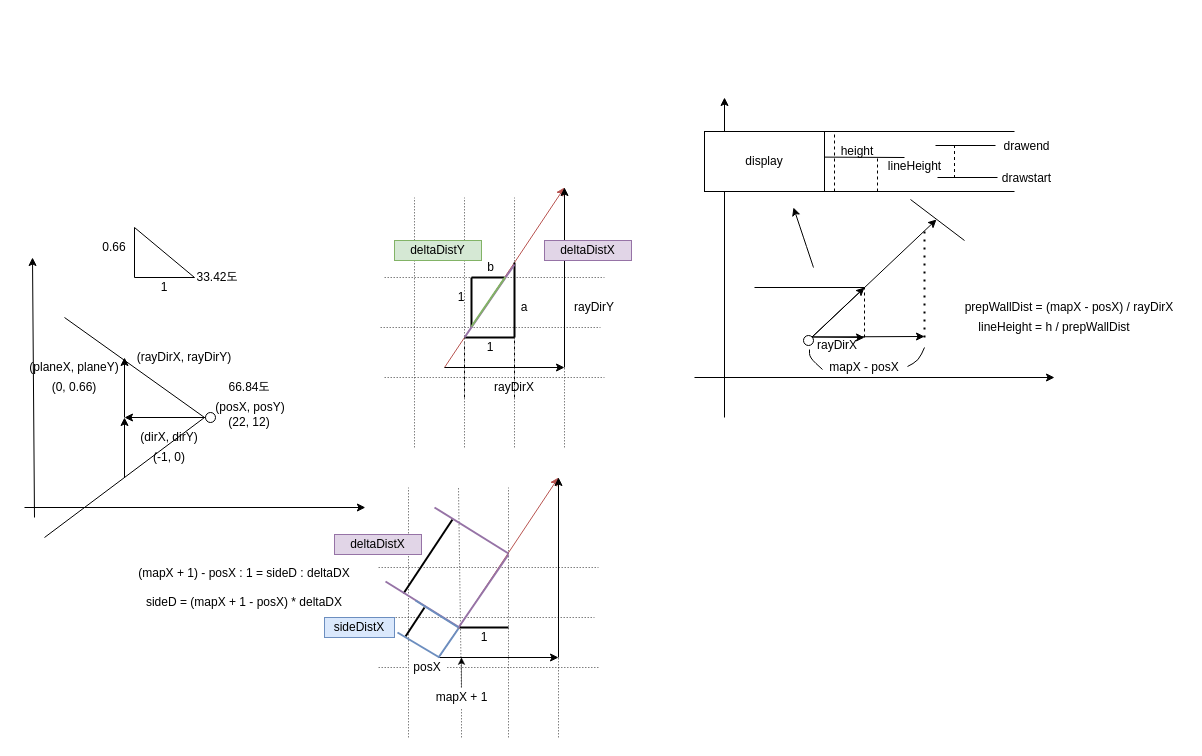
This is Untitled.drawio from Lee-seungju/drawfile, a draw.io file, before an edit. Source tidied: cells renumbered, new cells numbered last; positions are measured from the earlier drawing's top-left corner, leaving out a move shared by most shapes. Both pictures are drawn from the tidied source at 100%, with x=0, y=0 at pixel (24, 97).
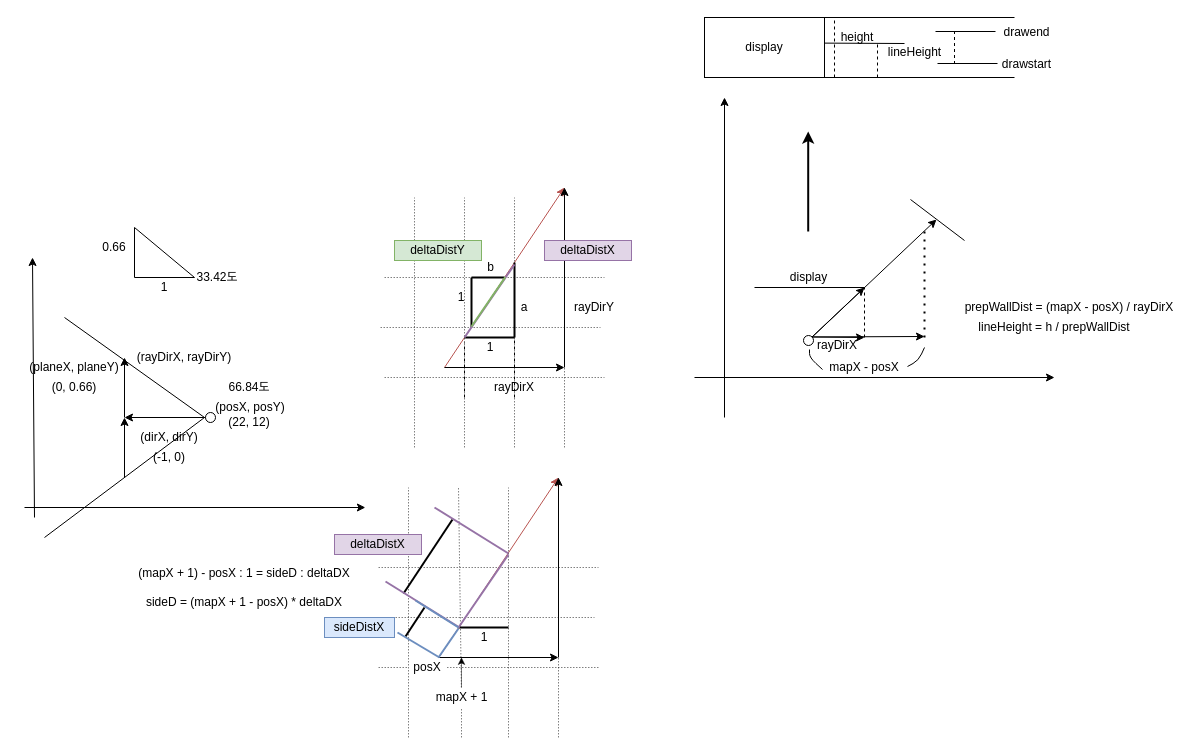
The same diagram, later.

Diff of the diagram source:
```diff
@@
-    <mxCell id="93" style="curved=1;endArrow=classic;html=1;strokeWidth=1;" parent="1" edge="1">
-      <mxGeometry relative="1" as="geometry">
-        <mxPoint x="789" y="170" as="sourcePoint" />
-        <mxPoint x="769" y="110" as="targetPoint" />
-      </mxGeometry>
-    </mxCell>
     <mxCell id="94" value="display" style="rounded=0;whiteSpace=wrap;html=1;" parent="1" vertex="1">
-      <mxGeometry x="680" y="34" width="120" height="60" as="geometry" />
+      <mxGeometry x="680" y="-80" width="120" height="60" as="geometry" />
     </mxCell>
     <mxCell id="95" style="endArrow=none;dashed=1;html=1;strokeWidth=1;" parent="1" edge="1">
       <mxGeometry relative="1" as="geometry">
-        <mxPoint x="853" y="94" as="sourcePoint" />
-        <mxPoint x="853" y="61" as="targetPoint" />
+        <mxPoint x="853" y="-20" as="sourcePoint" />
+        <mxPoint x="853" y="-53" as="targetPoint" />
       </mxGeometry>
     </mxCell>
@@
     <mxCell id="97" style="endArrow=none;html=1;strokeWidth=1;exitX=1.003;exitY=0.427;exitDx=0;exitDy=0;exitPerimeter=0;" parent="1" edge="1" source="94">
       <mxGeometry relative="1" as="geometry">
-        <mxPoint x="880" y="60" as="targetPoint" />
+        <mxPoint x="880" y="-54" as="targetPoint" />
       </mxGeometry>
     </mxCell>
     <mxCell id="98" style="endArrow=none;html=1;strokeWidth=1;exitX=0.062;exitY=0.994;exitDx=0;exitDy=0;exitPerimeter=0;" parent="1" edge="1">
       <mxGeometry relative="1" as="geometry">
-        <mxPoint x="800" y="94" as="sourcePoint" />
-        <mxPoint x="990" y="94" as="targetPoint" />
+        <mxPoint x="800" y="-20" as="sourcePoint" />
+        <mxPoint x="990" y="-20" as="targetPoint" />
       </mxGeometry>
     </mxCell>
     <mxCell id="99" value="height" style="text;html=1;strokeColor=none;fillColor=none;align=center;verticalAlign=middle;whiteSpace=wrap;rounded=0;" parent="1" vertex="1">
-      <mxGeometry x="813" y="44" width="40" height="20" as="geometry" />
+      <mxGeometry x="813" y="-70" width="40" height="20" as="geometry" />
     </mxCell>
     <mxCell id="100" style="endArrow=none;html=1;strokeWidth=1;exitX=1;exitY=0;exitDx=0;exitDy=0;" parent="1" edge="1" source="94">
       <mxGeometry relative="1" as="geometry">
-        <mxPoint x="990" y="34" as="targetPoint" />
+        <mxPoint x="990" y="-80" as="targetPoint" />
       </mxGeometry>
     </mxCell>
     <mxCell id="101" style="endArrow=none;dashed=1;html=1;strokeWidth=1;" parent="1" edge="1">
       <mxGeometry relative="1" as="geometry">
-        <mxPoint x="810" y="94" as="sourcePoint" />
-        <mxPoint x="810" y="34" as="targetPoint" />
+        <mxPoint x="810" y="-20" as="sourcePoint" />
+        <mxPoint x="810" y="-80" as="targetPoint" />
       </mxGeometry>
     </mxCell>
@@
     <mxCell id="103" value="lineHeight" style="text;html=1;strokeColor=none;fillColor=none;align=center;verticalAlign=middle;whiteSpace=wrap;rounded=0;" parent="1" vertex="1">
-      <mxGeometry x="862" y="59" width="57" height="20" as="geometry" />
+      <mxGeometry x="862" y="-55" width="57" height="20" as="geometry" />
     </mxCell>
     <mxCell id="104" style="endArrow=none;dashed=1;html=1;strokeWidth=1;" parent="1" edge="1">
       <mxGeometry relative="1" as="geometry">
-        <mxPoint x="930" y="80.5" as="sourcePoint" />
-        <mxPoint x="930" y="47.5" as="targetPoint" />
+        <mxPoint x="930" y="-33.5" as="sourcePoint" />
+        <mxPoint x="930" y="-66.5" as="targetPoint" />
       </mxGeometry>
     </mxCell>
     <mxCell id="105" style="endArrow=none;html=1;strokeWidth=1;" parent="1" edge="1">
       <mxGeometry relative="1" as="geometry">
-        <mxPoint x="911" y="48" as="sourcePoint" />
-        <mxPoint x="971" y="48" as="targetPoint" />
+        <mxPoint x="911" y="-66" as="sourcePoint" />
+        <mxPoint x="971" y="-66" as="targetPoint" />
       </mxGeometry>
     </mxCell>
     <mxCell id="106" style="endArrow=none;html=1;strokeWidth=1;" parent="1" edge="1">
       <mxGeometry relative="1" as="geometry">
-        <mxPoint x="913" y="80" as="sourcePoint" />
-        <mxPoint x="973" y="80" as="targetPoint" />
+        <mxPoint x="913" y="-34" as="sourcePoint" />
+        <mxPoint x="973" y="-34" as="targetPoint" />
       </mxGeometry>
     </mxCell>
     <mxCell id="107" value="drawstart" style="text;html=1;strokeColor=none;fillColor=none;align=center;verticalAlign=middle;whiteSpace=wrap;rounded=0;" parent="1" vertex="1">
-      <mxGeometry x="974" y="71" width="57" height="20" as="geometry" />
+      <mxGeometry x="974" y="-43" width="57" height="20" as="geometry" />
     </mxCell>
     <mxCell id="108" value="drawend" style="text;html=1;strokeColor=none;fillColor=none;align=center;verticalAlign=middle;whiteSpace=wrap;rounded=0;" parent="1" vertex="1">
-      <mxGeometry x="974" y="39" width="57" height="20" as="geometry" />
+      <mxGeometry x="974" y="-75" width="57" height="20" as="geometry" />
     </mxCell>
+    <mxCell id="109" style="curved=1;endArrow=classic;html=1;strokeWidth=2;" parent="1" edge="1">
+      <mxGeometry relative="1" as="geometry">
+        <mxPoint x="783.7" y="134" as="sourcePoint" />
+        <mxPoint x="783.7" y="34" as="targetPoint" />
+      </mxGeometry>
+    </mxCell>
+    <mxCell id="110" value="display" style="text;html=1;strokeColor=none;fillColor=none;align=center;verticalAlign=middle;whiteSpace=wrap;rounded=0;" parent="1" vertex="1">
+      <mxGeometry x="755.5" y="170" width="57" height="20" as="geometry" />
+    </mxCell>
```
